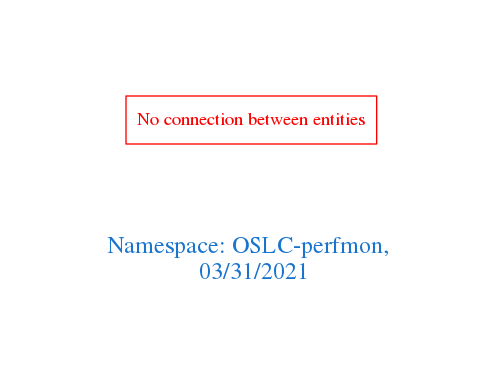
This is downloads/OSLC-perfmon.png from arago/OGIT, a Graphviz export, as it was before one commit. Its source is kept beside it as downloads/OSLC-perfmon.dot. Its diagram source:
```dot
digraph OGIT_ontology {
 graph [ rankdir= LR,pad=1
fontsize = 18,
fontcolor= dodgerblue3,label = "\n\n\nNamespace: OSLC-perfmon, \n 03/31/2021"];
node[shape=polygon];
edge [  color="gray81"];

"No connection between entities" [fontcolor = "red",color="red", shape="polygon"]
}
```
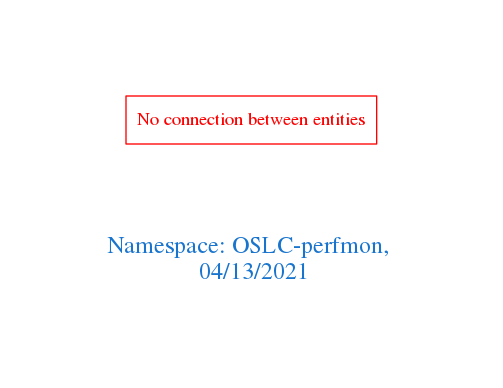
After the commit.

What changed in the source:
```diff
@@ -1,7 +1,7 @@
 digraph OGIT_ontology {
  graph [ rankdir= LR,pad=1
 fontsize = 18,
-fontcolor= dodgerblue3,label = "\n\n\nNamespace: OSLC-perfmon, \n 03/31/2021"];
+fontcolor= dodgerblue3,label = "\n\n\nNamespace: OSLC-perfmon, \n 04/13/2021"];
 node[shape=polygon];
 edge [  color="gray81"];
 
```
